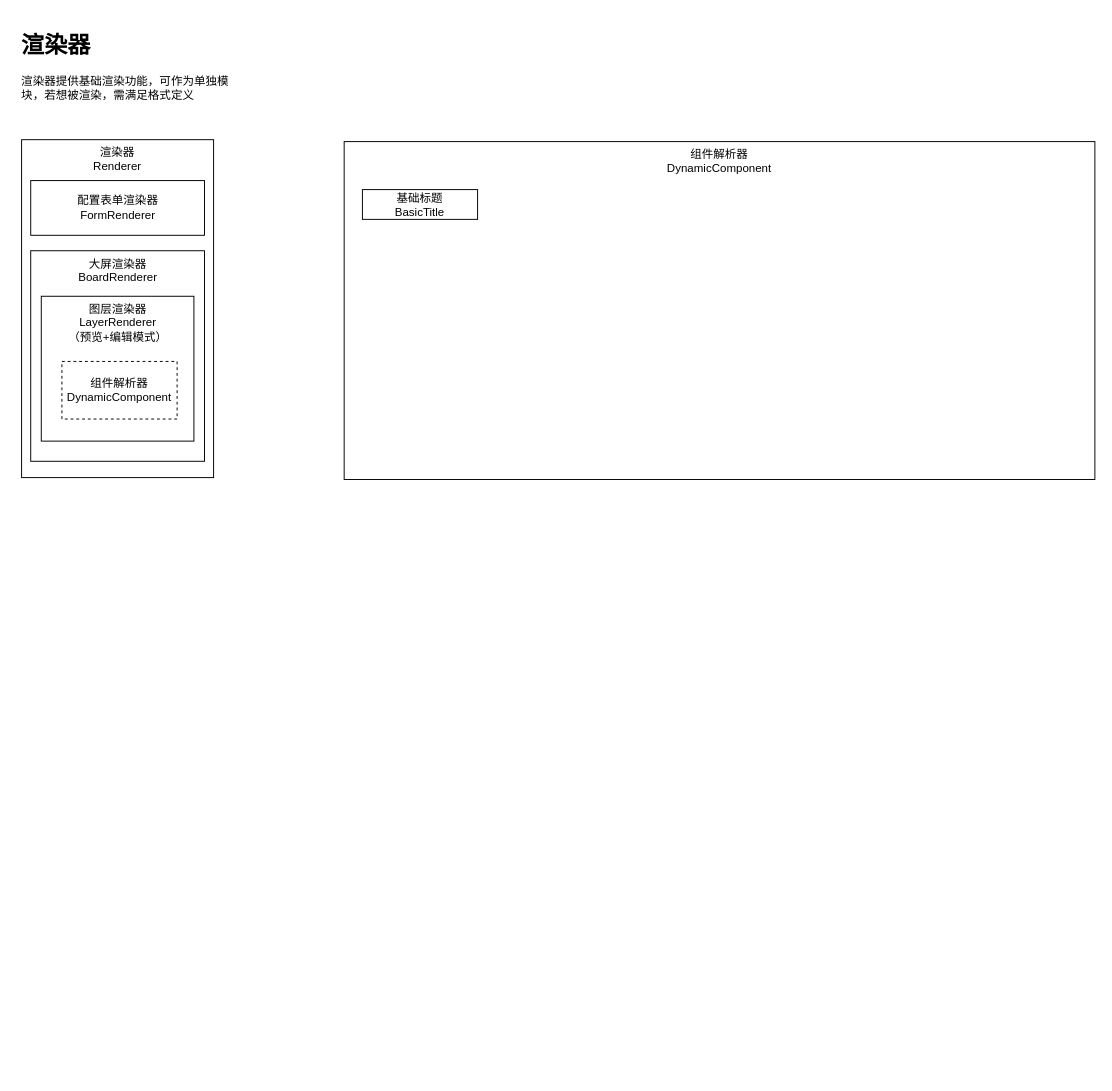
The draw.io diagram docs/design.drawio in babyhzz/h-editor, before the edit. Source tidied: cells renumbered, new cells numbered last; positions are measured from the earlier drawing's top-left corner, leaving out a move shared by most shapes. Both pictures are drawn from the tidied source at 96%, with x=0, y=0 at pixel (16, 26).
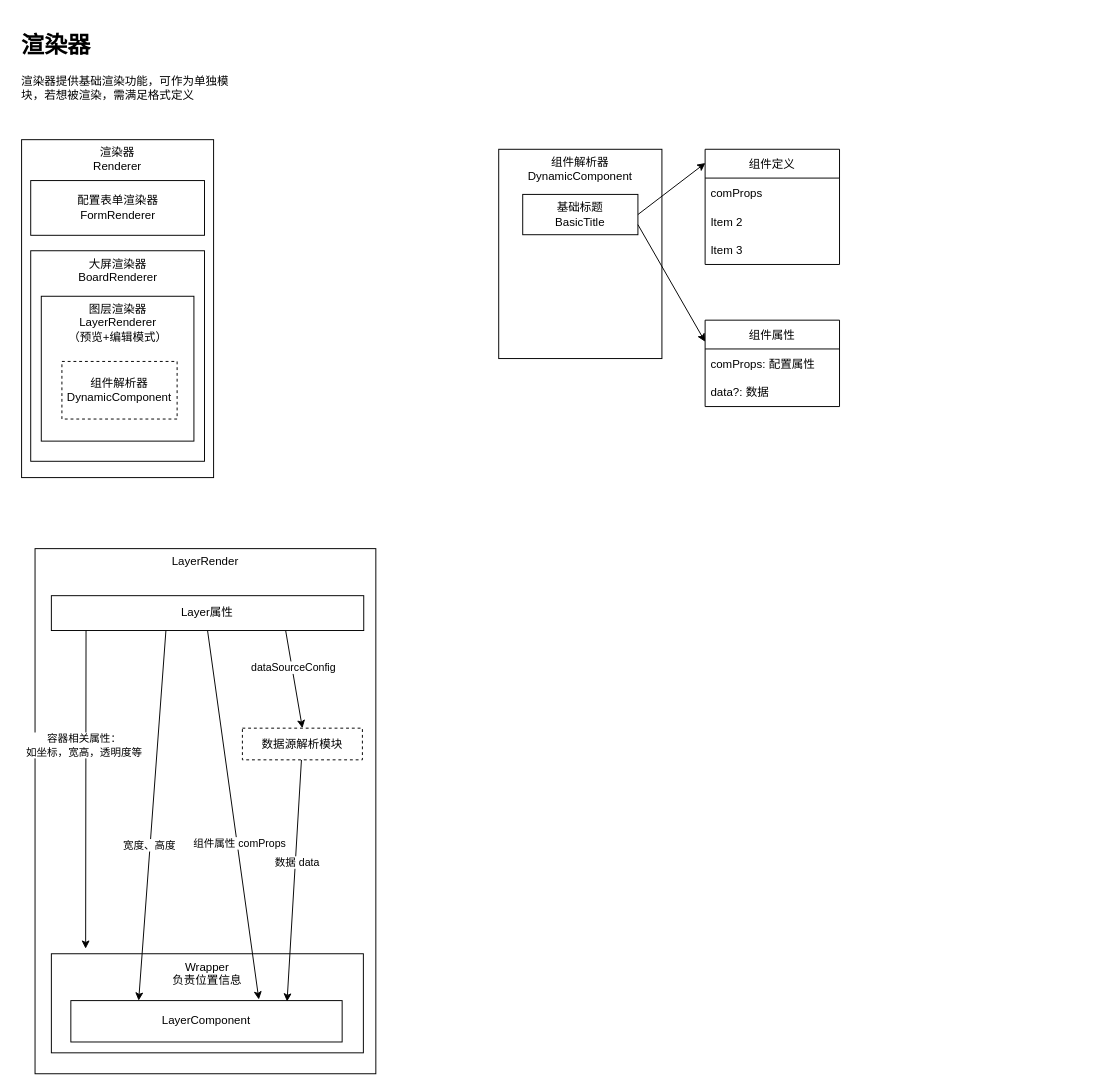
After the change.

Diff of the diagram source:
```diff
@@
+    <mxCell id="10" style="group;" parent="1" vertex="1">
+      <mxGeometry x="502" y="128" width="170" height="218" as="geometry" />
+    </mxCell>
-    <mxCell id="8" value="组件解析器&lt;br&gt;DynamicComponent" style="rounded=0;whiteSpace=wrap;html=1;verticalAlign=top;" parent="1" vertex="1">
-      <mxGeometry x="341" y="120" width="782" height="352" as="geometry" />
+    <mxCell id="8" value="组件解析器&lt;br&gt;DynamicComponent" style="rounded=0;whiteSpace=wrap;html=1;verticalAlign=top;" parent="10" vertex="1">
+      <mxGeometry width="170" height="218" as="geometry" />
     </mxCell>
-    <mxCell id="9" value="基础标题&lt;br&gt;BasicTitle" style="rounded=0;whiteSpace=wrap;html=1;" parent="1" vertex="1">
-      <mxGeometry x="360" y="170" width="120" height="31" as="geometry" />
+    <mxCell id="9" value="基础标题&lt;br&gt;BasicTitle" style="rounded=0;whiteSpace=wrap;html=1;" parent="10" vertex="1">
+      <mxGeometry x="25" y="47" width="120" height="42" as="geometry" />
     </mxCell>
+    <mxCell id="11" value="组件定义" style="swimlane;fontStyle=0;horizontal=1;startSize=30;" parent="1" vertex="1">
+      <mxGeometry x="717" y="128" width="140" height="120" as="geometry" />
+    </mxCell>
+    <mxCell id="12" value="comProps" style="text;strokeColor=none;fillColor=none;align=left;verticalAlign=middle;spacingLeft=4;spacingRight=4;overflow=hidden;" parent="11" vertex="1">
+      <mxGeometry y="30" width="140" height="30" as="geometry" />
+    </mxCell>
+    <mxCell id="13" value="Item 2" style="text;strokeColor=none;fillColor=none;align=left;verticalAlign=middle;spacingLeft=4;spacingRight=4;overflow=hidden;" parent="11" vertex="1">
+      <mxGeometry y="60" width="140" height="30" as="geometry" />
+    </mxCell>
+    <mxCell id="14" value="Item 3" style="text;strokeColor=none;fillColor=none;align=left;verticalAlign=middle;spacingLeft=4;spacingRight=4;overflow=hidden;" parent="11" vertex="1">
+      <mxGeometry y="90" width="140" height="30" as="geometry" />
+    </mxCell>
+    <mxCell id="15" value="组件属性" style="swimlane;fontStyle=0;horizontal=1;startSize=30;" parent="1" vertex="1">
+      <mxGeometry x="717" y="306" width="140" height="90" as="geometry" />
+    </mxCell>
+    <mxCell id="16" value="comProps: 配置属性" style="text;strokeColor=none;fillColor=none;align=left;verticalAlign=middle;spacingLeft=4;spacingRight=4;overflow=hidden;" parent="15" vertex="1">
+      <mxGeometry y="30" width="140" height="30" as="geometry" />
+    </mxCell>
+    <mxCell id="17" value="data?: 数据" style="text;strokeColor=none;fillColor=none;align=left;verticalAlign=middle;spacingLeft=4;spacingRight=4;overflow=hidden;" parent="15" vertex="1">
+      <mxGeometry y="60" width="140" height="30" as="geometry" />
+    </mxCell>
+    <mxCell id="18" style="edgeStyle=none;html=1;exitX=1;exitY=0.5;exitDx=0;exitDy=0;entryX=0.002;entryY=0.119;entryDx=0;entryDy=0;entryPerimeter=0;" parent="1" edge="1" source="9" target="11">
+      <mxGeometry relative="1" as="geometry" />
+    </mxCell>
+    <mxCell id="19" style="edgeStyle=none;html=1;exitX=1;exitY=0.75;exitDx=0;exitDy=0;entryX=0;entryY=0.25;entryDx=0;entryDy=0;" parent="1" edge="1" source="9" target="15">
+      <mxGeometry relative="1" as="geometry" />
+    </mxCell>
+    <mxCell id="20" style="group;" parent="1" vertex="1">
+      <mxGeometry x="19" y="544" width="355" height="547" as="geometry" />
+    </mxCell>
+    <mxCell id="21" value="LayerRender" style="rounded=0;whiteSpace=wrap;html=1;verticalAlign=top;" parent="20" vertex="1">
+      <mxGeometry width="355" height="547" as="geometry" />
+    </mxCell>
+    <mxCell id="22" style="group;" parent="20" vertex="1">
+      <mxGeometry x="17" y="422" width="325" height="103.2" as="geometry" />
+    </mxCell>
+    <mxCell id="23" value="Wrapper&lt;br&gt;负责位置信息" style="rounded=0;whiteSpace=wrap;html=1;verticalAlign=top;" parent="22" vertex="1">
+      <mxGeometry width="325" height="103.2" as="geometry" />
+    </mxCell>
+    <mxCell id="24" value="LayerComponent" style="rounded=0;whiteSpace=wrap;html=1;" parent="22" vertex="1">
+      <mxGeometry x="20.3" y="48.8" width="282.6" height="43.1" as="geometry" />
+    </mxCell>
+    <mxCell id="25" style="edgeStyle=none;html=1;exitX=0.75;exitY=1;exitDx=0;exitDy=0;entryX=0.5;entryY=0;entryDx=0;entryDy=0;" parent="20" edge="1" source="31" target="34">
+      <mxGeometry relative="1" as="geometry" />
+    </mxCell>
+    <mxCell id="26" value="dataSourceConfig" style="edgeLabel;html=1;align=center;verticalAlign=middle;" parent="25" vertex="1">
+      <mxGeometry x="-0.22" y="1" relative="1" as="geometry">
+        <mxPoint y="-1" as="offset" />
+      </mxGeometry>
+    </mxCell>
+    <mxCell id="27" style="edgeStyle=none;html=1;exitX=0.5;exitY=1;exitDx=0;exitDy=0;entryX=0.693;entryY=-0.026;entryDx=0;entryDy=0;entryPerimeter=0;" parent="20" edge="1" source="31" target="24">
+      <mxGeometry relative="1" as="geometry" />
+    </mxCell>
+    <mxCell id="28" value="组件属性 comProps" style="edgeLabel;html=1;align=center;verticalAlign=middle;" parent="27" vertex="1">
+      <mxGeometry x="0.15" y="2" relative="1" as="geometry">
+        <mxPoint y="1" as="offset" />
+      </mxGeometry>
+    </mxCell>
+    <mxCell id="29" style="edgeStyle=none;html=1;exitX=0.367;exitY=0.968;exitDx=0;exitDy=0;entryX=0.25;entryY=0;entryDx=0;entryDy=0;exitPerimeter=0;" parent="20" edge="1" source="31" target="24">
+      <mxGeometry relative="1" as="geometry" />
+    </mxCell>
+    <mxCell id="30" value="宽度、高度" style="edgeLabel;html=1;align=center;verticalAlign=middle;" parent="29" vertex="1">
+      <mxGeometry x="0.16" y="-1" relative="1" as="geometry" />
+    </mxCell>
+    <mxCell id="31" value="Layer属性" style="rounded=0;whiteSpace=wrap;html=1;" parent="20" vertex="1">
+      <mxGeometry x="17" y="49" width="325.4" height="36.3" as="geometry" />
+    </mxCell>
+    <mxCell id="32" style="edgeStyle=none;html=1;entryX=0.797;entryY=0.021;entryDx=0;entryDy=0;entryPerimeter=0;" parent="20" edge="1" source="34" target="24">
+      <mxGeometry relative="1" as="geometry" />
+    </mxCell>
+    <mxCell id="33" value="数据 data" style="edgeLabel;html=1;align=center;verticalAlign=middle;" parent="32" vertex="1">
+      <mxGeometry x="-0.15" y="1" relative="1" as="geometry" />
+    </mxCell>
+    <mxCell id="34" value="数据源解析模块" style="rounded=0;whiteSpace=wrap;html=1;dashed=1;" parent="20" vertex="1">
+      <mxGeometry x="216" y="187" width="125" height="33" as="geometry" />
+    </mxCell>
+    <mxCell id="35" style="edgeStyle=none;html=1;exitX=0.111;exitY=0.999;exitDx=0;exitDy=0;exitPerimeter=0;" parent="1" edge="1" source="31">
+      <mxGeometry relative="1" as="geometry">
+        <mxPoint x="71.7" y="960.7" as="targetPoint" />
+      </mxGeometry>
+    </mxCell>
+    <mxCell id="36" value="容器相关属性：&lt;br&gt;如坐标，宽高，透明度等" style="edgeLabel;html=1;align=center;verticalAlign=middle;" parent="35" vertex="1">
+      <mxGeometry x="-0.28" y="-1" relative="1" as="geometry">
+        <mxPoint x="-1" as="offset" />
+      </mxGeometry>
+    </mxCell>
```
